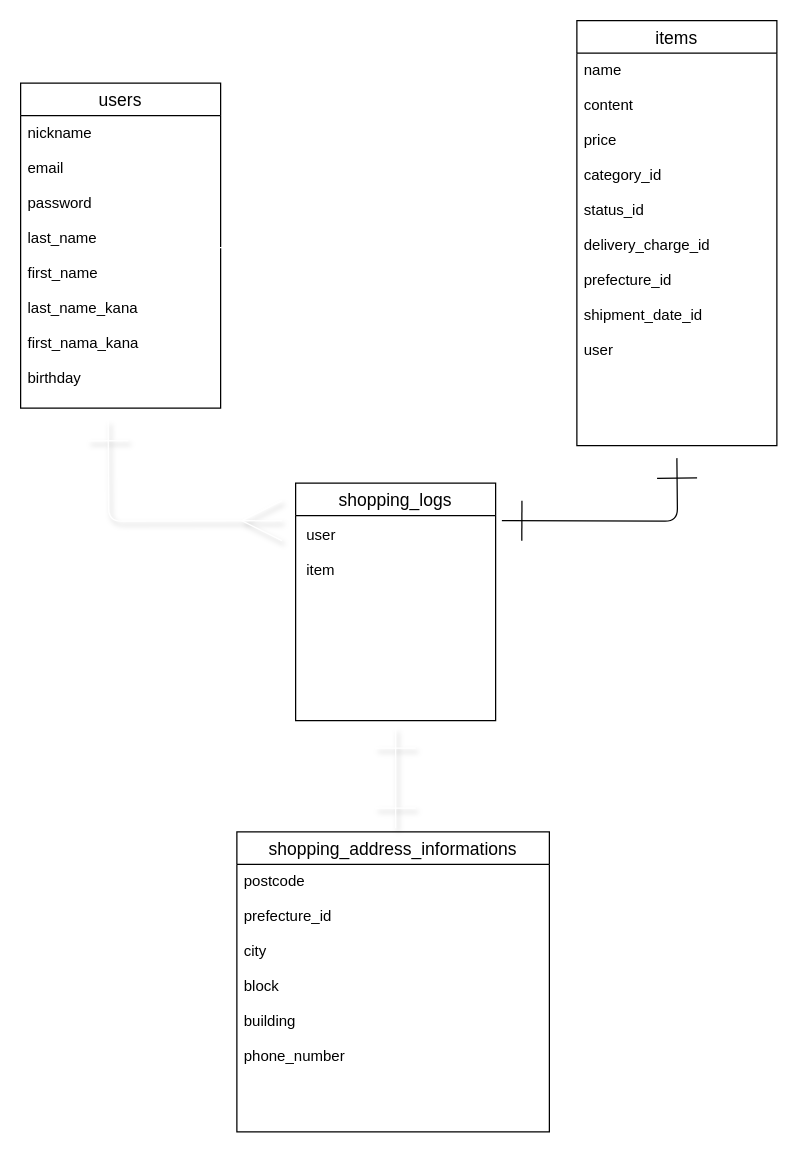
Before: er.dio in Koba-Qin-GitHub/furima-29430, a draw.io diagram. Source tidied: cells renumbered, new cells numbered last; positions are measured from the earlier drawing's top-left corner, leaving out a move shared by most shapes. Both pictures are drawn from the tidied source at 125%, with x=0, y=0 at pixel (20, 20).
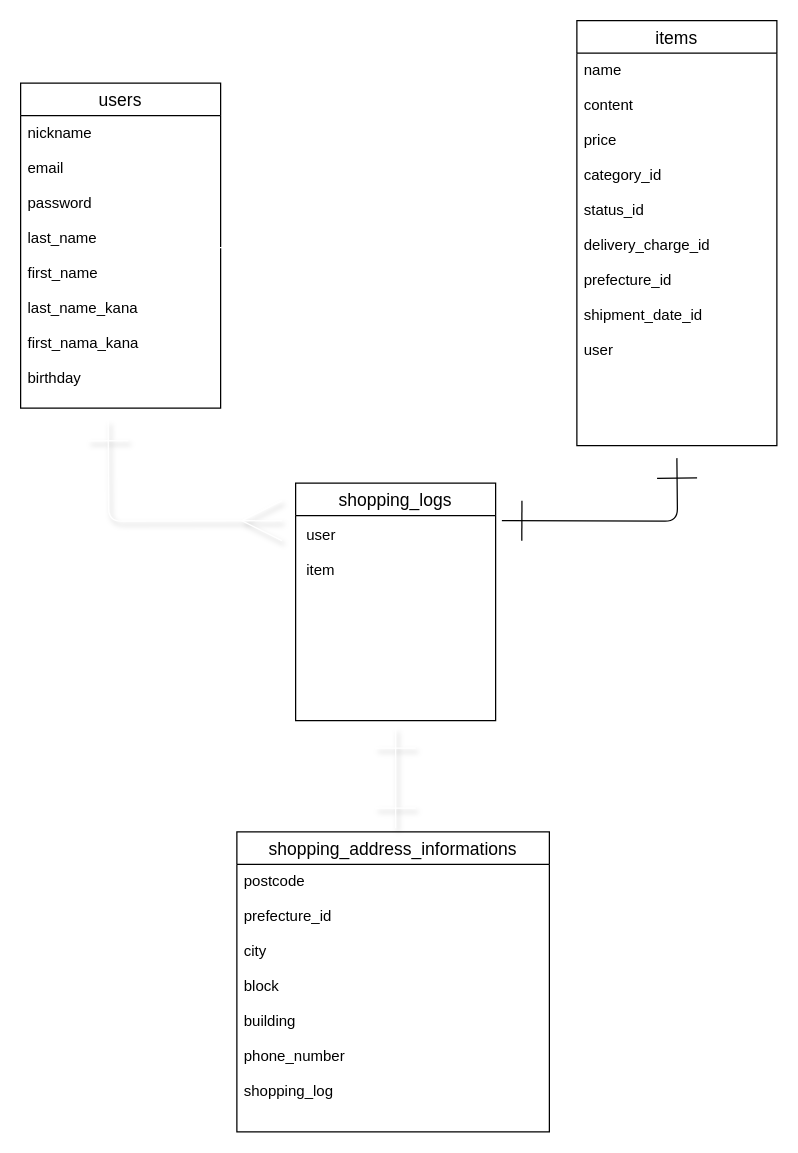
The same page after the edit.

Commit message:
データベース設計　修正４回目

The edit, as a diff of the source:
```diff
@@
 <mxGraphModel>
   <root>
     <mxCell id="0" />
     <mxCell id="1" parent="0" />
     <mxCell id="2" value="users" style="swimlane;fontStyle=0;horizontal=1;startSize=26;align=center;fontSize=14;" parent="1" vertex="1">
       <mxGeometry y="50" width="160" height="260" as="geometry" />
     </mxCell>
     <mxCell id="3" value="nickname&#10;&#10;email&#10;&#10;password&#10;&#10;last_name&#10;&#10;first_name&#10;&#10;last_name_kana&#10;&#10;first_nama_kana&#10;&#10;birthday" style="text;strokeColor=none;fillColor=none;spacingLeft=4;spacingRight=4;overflow=hidden;fontSize=12;" parent="2" vertex="1">
       <mxGeometry y="26" width="160" height="234" as="geometry" />
     </mxCell>
     <mxCell id="4" value="items" style="swimlane;fontStyle=0;horizontal=1;startSize=26;align=center;fontSize=14;" parent="1" vertex="1">
       <mxGeometry x="445" width="160" height="340" as="geometry" />
     </mxCell>
     <mxCell id="5" value="name&#10;&#10;content&#10;&#10;price&#10;&#10;category_id&#10;&#10;status_id&#10;&#10;delivery_charge_id&#10;&#10;prefecture_id&#10;&#10;shipment_date_id&#10;&#10;user&#10;" style="text;strokeColor=none;fillColor=none;spacingLeft=4;spacingRight=4;overflow=hidden;fontSize=12;" parent="4" vertex="1">
       <mxGeometry y="26" width="160" height="314" as="geometry" />
     </mxCell>
     <mxCell id="6" value="shopping_address_informations" style="swimlane;fontStyle=0;horizontal=1;startSize=26;align=center;fontSize=14;" parent="1" vertex="1">
       <mxGeometry x="173" y="649" width="250" height="240" as="geometry" />
     </mxCell>
-    <mxCell id="7" value="postcode&#10;&#10;prefecture_id&#10;&#10;city&#10;&#10;block&#10;&#10;building&#10;&#10;phone_number" style="text;strokeColor=none;fillColor=none;spacingLeft=4;spacingRight=4;overflow=hidden;fontSize=12;" parent="6" vertex="1">
+    <mxCell id="7" value="postcode&#10;&#10;prefecture_id&#10;&#10;city&#10;&#10;block&#10;&#10;building&#10;&#10;phone_number&#10;&#10;shopping_log" style="text;strokeColor=none;fillColor=none;spacingLeft=4;spacingRight=4;overflow=hidden;fontSize=12;" parent="6" vertex="1">
       <mxGeometry y="26" width="250" height="214" as="geometry" />
     </mxCell>
     <mxCell id="8" style="edgeStyle=orthogonalEdgeStyle;html=1;strokeWidth=1;startArrow=ERone;startFill=0;endArrow=ERone;endFill=0;startSize=30;endSize=30;elbow=vertical;" parent="1" edge="1">
       <mxGeometry relative="1" as="geometry">
         <mxPoint x="385" y="400" as="sourcePoint" />
         <mxPoint x="525" y="350" as="targetPoint" />
       </mxGeometry>
     </mxCell>
     <mxCell id="9" style="edgeStyle=orthogonalEdgeStyle;html=1;strokeColor=#FFFFFF;strokeWidth=1;startArrow=ERmany;startFill=0;endArrow=ERone;endFill=0;startSize=30;endSize=30;elbow=vertical;shadow=1;" parent="1" edge="1">
       <mxGeometry relative="1" as="geometry">
         <mxPoint x="209" y="400" as="sourcePoint" />
         <mxPoint x="70" y="320" as="targetPoint" />
       </mxGeometry>
     </mxCell>
     <mxCell id="10" style="edgeStyle=none;html=1;shadow=1;strokeColor=#FFFFFF;strokeWidth=1;startArrow=ERone;startFill=0;endArrow=ERone;endFill=0;startSize=30;endSize=30;elbow=vertical;" parent="1" edge="1">
       <mxGeometry relative="1" as="geometry">
         <mxPoint x="300" y="566" as="sourcePoint" />
         <mxPoint x="300" y="646" as="targetPoint" />
       </mxGeometry>
     </mxCell>
     <mxCell id="11" value="shopping_logs" style="swimlane;fontStyle=0;horizontal=1;startSize=26;align=center;fontSize=14;" parent="1" vertex="1">
       <mxGeometry x="220" y="370" width="160" height="190" as="geometry" />
     </mxCell>
     <mxCell id="12" style="edgeStyle=none;html=1;entryX=-0.012;entryY=0.413;entryDx=0;entryDy=0;entryPerimeter=0;endArrow=ERmany;endFill=0;strokeWidth=1;fillColor=#f5f5f5;strokeColor=#FFFFFF;startArrow=ERone;startFill=0;endSize=30;startSize=30;" parent="1" edge="1">
       <mxGeometry relative="1" as="geometry">
         <mxPoint x="159" y="181.5" as="sourcePoint" />
         <mxPoint x="437.1" y="183" as="targetPoint" />
       </mxGeometry>
     </mxCell>
     <mxCell id="13" value="user&#10;&#10;item" style="text;strokeColor=none;fillColor=none;spacingLeft=4;spacingRight=4;overflow=hidden;fontSize=12;" parent="1" vertex="1">
       <mxGeometry x="223" y="398" width="160" height="162" as="geometry" />
     </mxCell>
   </root>
 </mxGraphModel>
```
